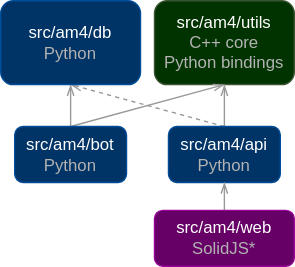
The draw.io diagram docs/assets/img/overview.drawio.svg in cathaypacific8747/am4, before a commit. Source tidied: cells renumbered, new cells last; positions are measured from the earlier drawing's top-left corner, leaving out a move shared by most shapes.
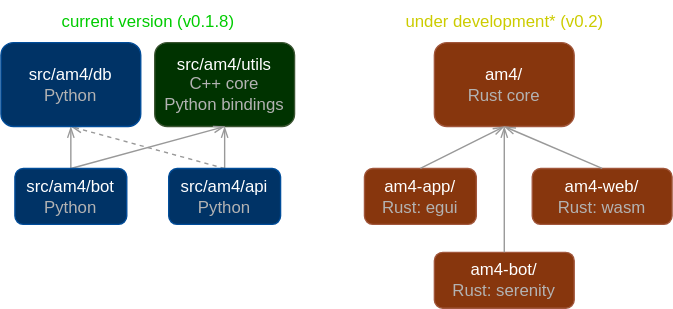
The same diagram one commit later.

What changed in the source:
```diff
@@ -23,14 +23,35 @@
     <mxCell id="8" value="src/am4/api&lt;br&gt;&lt;font color=&quot;#b3b3b3&quot;&gt;Python&lt;/font&gt;" style="rounded=1;whiteSpace=wrap;html=1;fillColor=#003366;fontColor=#ffffff;strokeColor=#004C99;" parent="1" vertex="1">
       <mxGeometry x="120" y="90" width="80" height="40" as="geometry" />
     </mxCell>
-    <mxCell id="9" style="edgeStyle=none;html=1;entryX=0.5;entryY=1;entryDx=0;entryDy=0;fontColor=#B3B3B3;strokeColor=#999999;endArrow=openThin;endFill=0;exitX=0.5;exitY=0;exitDx=0;exitDy=0;" parent="1" edge="1" source="10" target="8">
-      <mxGeometry relative="1" as="geometry" />
-    </mxCell>
-    <mxCell id="10" value="src/am4/web&lt;br&gt;&lt;font color=&quot;#b3b3b3&quot;&gt;SolidJS*&lt;/font&gt;" style="rounded=1;whiteSpace=wrap;html=1;fillColor=#660066;fontColor=#ffffff;strokeColor=#990099;" parent="1" vertex="1">
-      <mxGeometry x="110" y="150" width="100" height="40" as="geometry" />
-    </mxCell>
     <mxCell id="11" value="src/am4/db&lt;br&gt;&lt;font color=&quot;#b3b3b3&quot;&gt;Python&lt;br&gt;&lt;/font&gt;" style="rounded=1;whiteSpace=wrap;html=1;fillColor=#003366;fontColor=#ffffff;strokeColor=#004C99;" parent="1" vertex="1">
       <mxGeometry width="100" height="60" as="geometry" />
     </mxCell>
+    <mxCell id="12" value="&lt;font color=&quot;#ffffff&quot;&gt;am4/&lt;br&gt;&lt;/font&gt;&lt;font color=&quot;#b3b3b3&quot;&gt;Rust core&lt;br&gt;&lt;/font&gt;" style="rounded=1;whiteSpace=wrap;html=1;fillColor=#87360D;strokeColor=#A1563B;" parent="1" vertex="1">
+      <mxGeometry x="310" width="100" height="60" as="geometry" />
+    </mxCell>
+    <mxCell id="13" value="&lt;font&gt;current version (v0.1.8)&lt;/font&gt;" style="text;html=1;align=center;verticalAlign=middle;strokeColor=none;fillColor=none;fontColor=#00CC00;" parent="1" vertex="1">
+      <mxGeometry x="30" y="-30" width="150" height="30" as="geometry" />
+    </mxCell>
+    <mxCell id="14" value="&lt;font&gt;under development* (v0.2)&lt;/font&gt;" style="text;html=1;align=center;verticalAlign=middle;strokeColor=none;fillColor=none;fontColor=#CCCC00;" parent="1" vertex="1">
+      <mxGeometry x="280" y="-30" width="160" height="30" as="geometry" />
+    </mxCell>
+    <mxCell id="15" value="&lt;font color=&quot;#ffffff&quot;&gt;am4-app/&lt;br&gt;&lt;/font&gt;&lt;font color=&quot;#b3b3b3&quot;&gt;Rust: egui&lt;br&gt;&lt;/font&gt;" style="rounded=1;whiteSpace=wrap;html=1;fillColor=#87360D;strokeColor=#A1563B;" parent="1" vertex="1">
+      <mxGeometry x="260" y="90" width="80" height="40" as="geometry" />
+    </mxCell>
+    <mxCell id="16" value="&lt;font color=&quot;#ffffff&quot;&gt;am4-bot/&lt;br&gt;&lt;/font&gt;&lt;font color=&quot;#b3b3b3&quot;&gt;Rust: serenity&lt;br&gt;&lt;/font&gt;" style="rounded=1;whiteSpace=wrap;html=1;fillColor=#87360D;strokeColor=#A1563B;" parent="1" vertex="1">
+      <mxGeometry x="310" y="150" width="100" height="40" as="geometry" />
+    </mxCell>
+    <mxCell id="17" value="&lt;font color=&quot;#ffffff&quot;&gt;am4-web/&lt;br&gt;&lt;/font&gt;&lt;font color=&quot;#b3b3b3&quot;&gt;Rust: wasm&lt;br&gt;&lt;/font&gt;" style="rounded=1;whiteSpace=wrap;html=1;fillColor=#87360D;strokeColor=#A1563B;" parent="1" vertex="1">
+      <mxGeometry x="380" y="90" width="100" height="40" as="geometry" />
+    </mxCell>
+    <mxCell id="18" style="edgeStyle=none;html=1;entryX=0.5;entryY=1;entryDx=0;entryDy=0;fontColor=#B3B3B3;strokeColor=#999999;endArrow=openThin;endFill=0;exitX=0.5;exitY=0;exitDx=0;exitDy=0;" parent="1" edge="1" source="15" target="12">
+      <mxGeometry relative="1" as="geometry" />
+    </mxCell>
+    <mxCell id="19" style="edgeStyle=none;html=1;entryX=0.5;entryY=1;entryDx=0;entryDy=0;fontColor=#B3B3B3;strokeColor=#999999;endArrow=openThin;endFill=0;exitX=0.5;exitY=0;exitDx=0;exitDy=0;" parent="1" edge="1" source="16" target="12">
+      <mxGeometry relative="1" as="geometry" />
+    </mxCell>
+    <mxCell id="20" style="edgeStyle=none;html=1;entryX=0.5;entryY=1;entryDx=0;entryDy=0;fontColor=#B3B3B3;strokeColor=#999999;endArrow=openThin;endFill=0;exitX=0.5;exitY=0;exitDx=0;exitDy=0;" parent="1" edge="1" source="17" target="12">
+      <mxGeometry relative="1" as="geometry" />
+    </mxCell>
   </root>
 </mxGraphModel>
```
